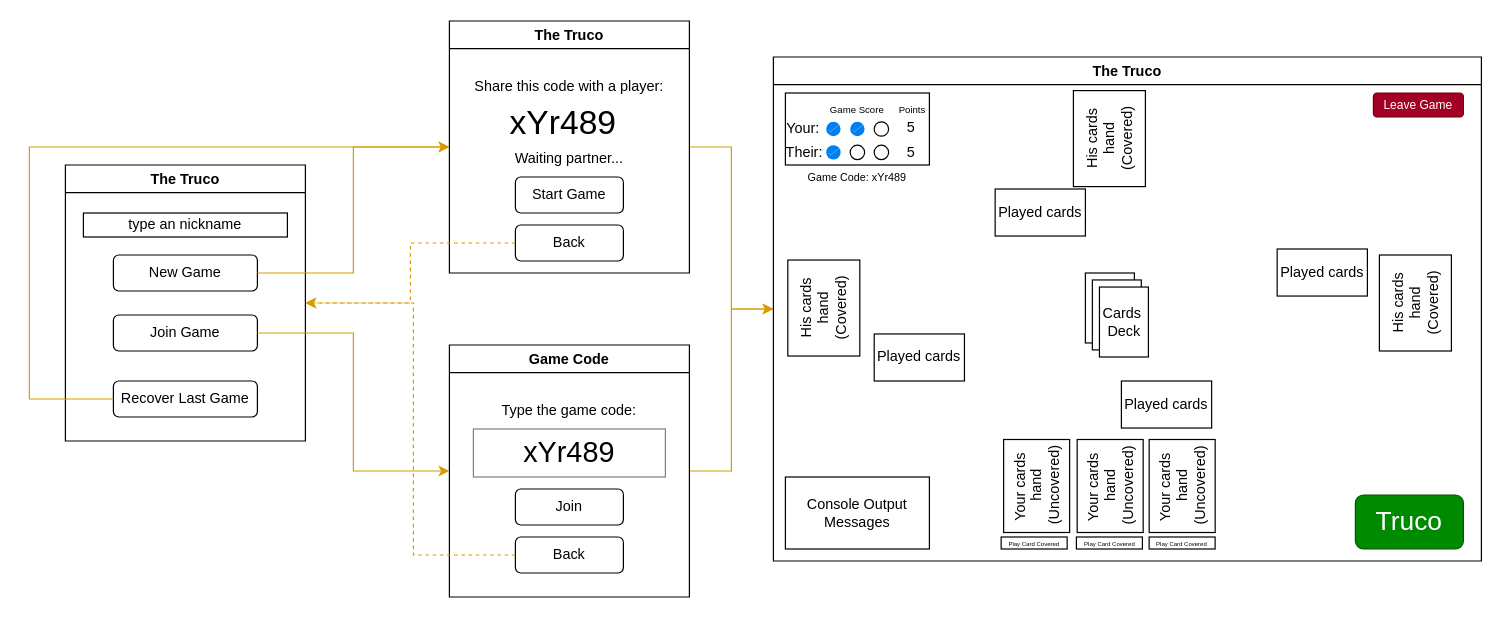
Before: Doc/storyboard.drawio in lucasrarruda/INF1900_ProjetoFinal, a draw.io diagram. Source tidied: cells renumbered, new cells numbered last; positions are measured from the earlier drawing's top-left corner, leaving out a move shared by most shapes. Both pictures are drawn from the tidied source at 120%, with x=0, y=0 at pixel (29, 20).
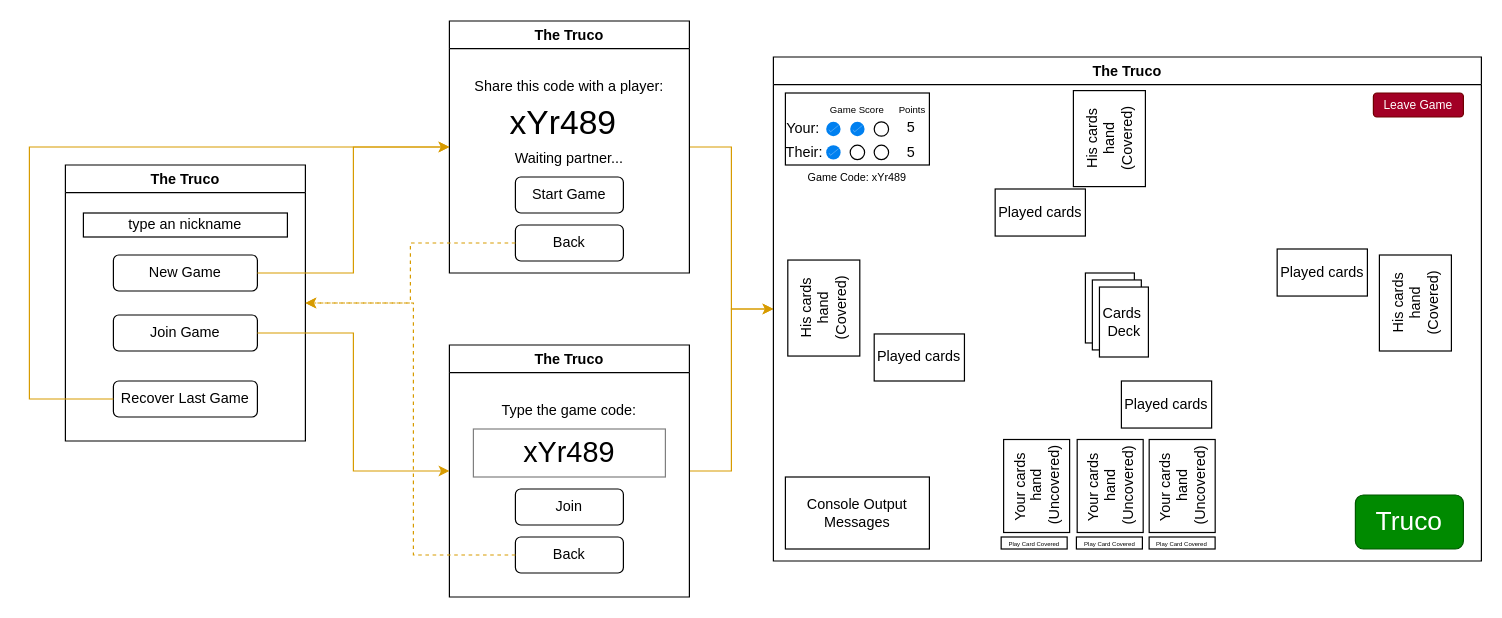
The same page after the edit.

What changed in the source:
```diff
@@
-    <mxCell id="16" value="Game Code" style="swimlane;whiteSpace=wrap;html=1;" parent="1" vertex="1">
+    <mxCell id="16" value="The Truco" style="swimlane;whiteSpace=wrap;html=1;" parent="1" vertex="1">
       <mxGeometry x="350" y="270" width="200" height="210" as="geometry" />
     </mxCell>
```
